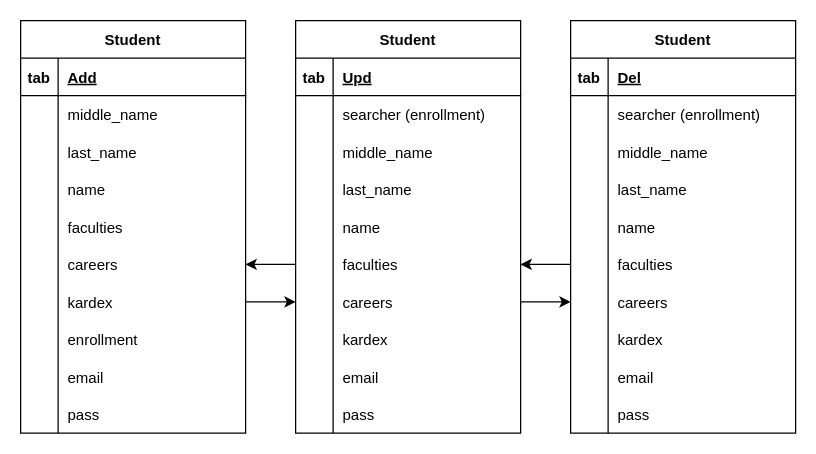
This is page "Student" (4 of 6) of Rectory.drawio from miguelrang/InscripcionHorarioSIASE-UANL-SIMULACION-2.0, a draw.io file, before an edit. Source tidied: cells renumbered, new cells numbered last; positions are measured from the earlier drawing's top-left corner, leaving out a move shared by most shapes. Both pictures are drawn from the tidied source at 125%, with x=0, y=0 at pixel (20, 20).
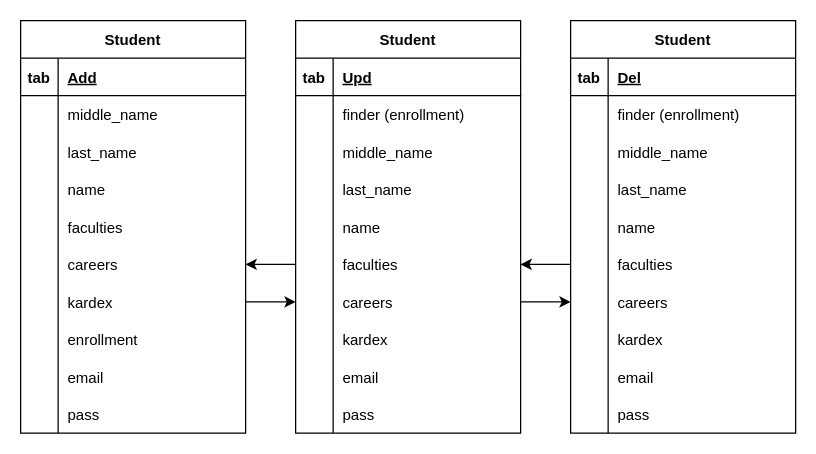
After the change.

The change refers to these unchanged cells:
```xml
<mxCell id="37" style="shape=tableRow;horizontal=0;startSize=0;swimlaneHead=0;swimlaneBody=0;fillColor=none;top=0;left=0;right=0;bottom=0;" parent="33" vertex="1">
  <mxGeometry y="60" width="180" height="30" as="geometry" />
</mxCell>
<mxCell id="68" style="shape=tableRow;horizontal=0;startSize=0;swimlaneHead=0;swimlaneBody=0;fillColor=none;top=0;left=0;right=0;bottom=0;" parent="64" vertex="1">
  <mxGeometry y="60" width="180" height="30" as="geometry" />
</mxCell>
```

What changed in the source:
```diff
@@
-    <mxCell id="39" value="searcher (enrollment)" style="shape=partialRectangle;fillColor=none;top=0;left=0;bottom=0;right=0;align=left;spacingLeft=6;overflow=hidden;" parent="37" vertex="1">
+    <mxCell id="39" value="finder (enrollment)" style="shape=partialRectangle;fillColor=none;top=0;left=0;bottom=0;right=0;align=left;spacingLeft=6;overflow=hidden;" parent="37" vertex="1">
       <mxGeometry x="30" width="150" height="30" as="geometry" />
     </mxCell>
@@
-    <mxCell id="70" value="searcher (enrollment)" style="shape=partialRectangle;fillColor=none;top=0;left=0;bottom=0;right=0;align=left;spacingLeft=6;overflow=hidden;" parent="68" vertex="1">
+    <mxCell id="70" value="finder (enrollment)" style="shape=partialRectangle;fillColor=none;top=0;left=0;bottom=0;right=0;align=left;spacingLeft=6;overflow=hidden;" parent="68" vertex="1">
       <mxGeometry x="30" width="150" height="30" as="geometry" />
     </mxCell>
```
